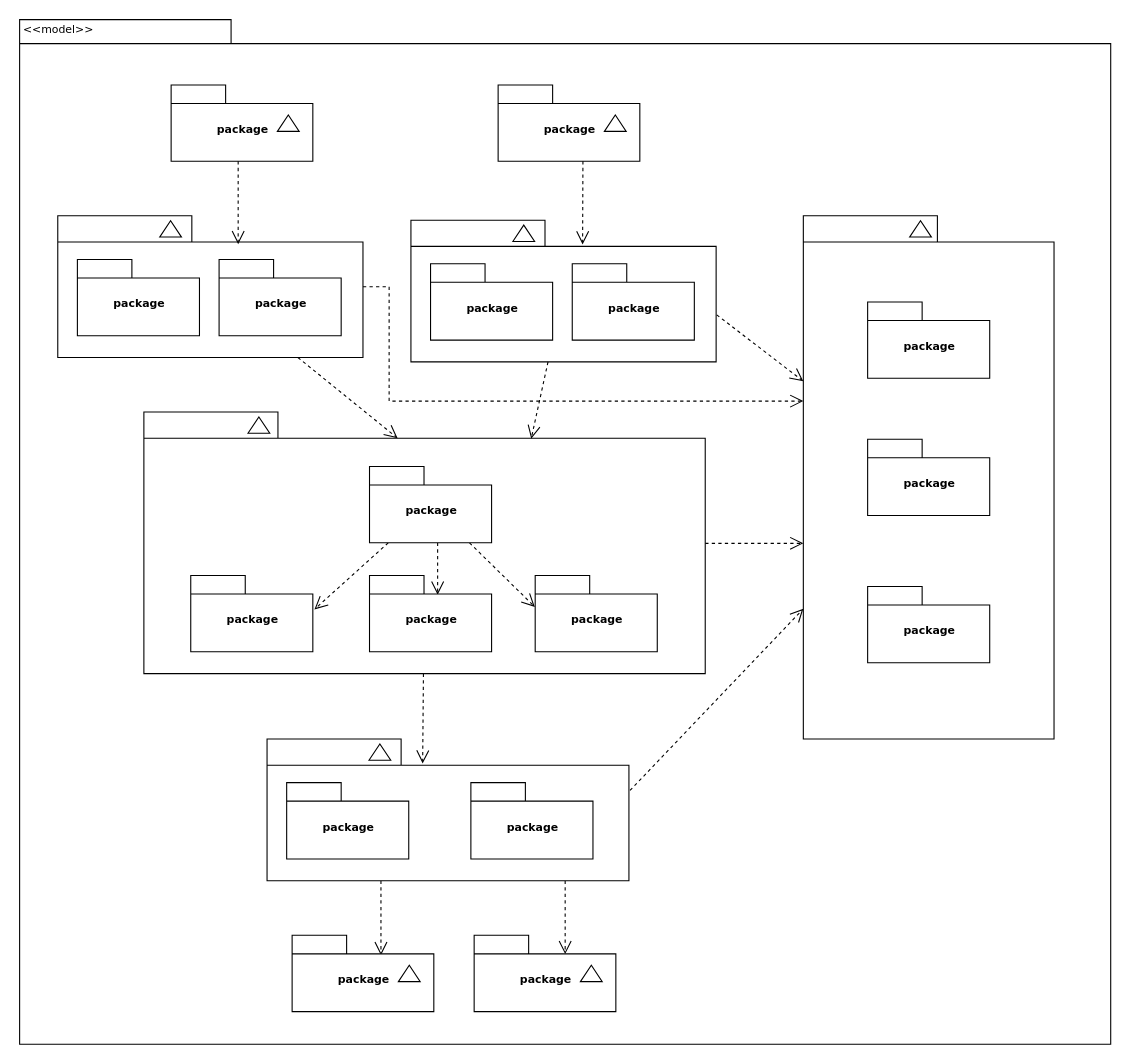
Before: 后端结构图.drawio in beyondgogogo/Graph, a draw.io diagram. Source tidied: cells renumbered, new cells numbered last; positions are measured from the earlier drawing's top-left corner, leaving out a move shared by most shapes. Both pictures are drawn from the tidied source at 109%, with x=0, y=0 at pixel (19, 19).
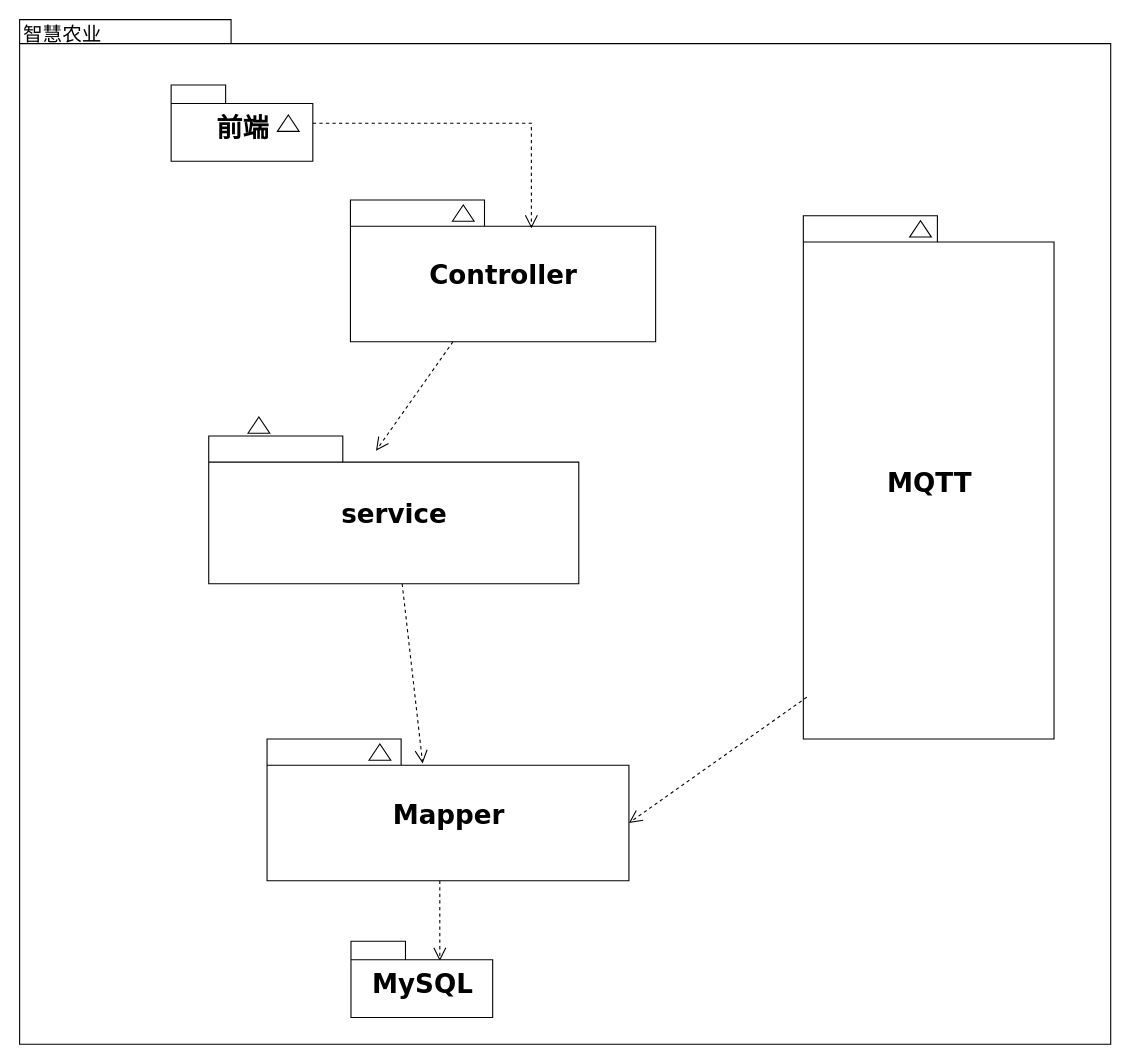
The same diagram, later.

Commit message:
更新后端结构图.drawio

The change refers to these unchanged cells:
```xml
<mxCell id="3" style="group;" parent="1" vertex="1">
  <mxGeometry x="139.5" y="60.5" width="130" height="70" as="geometry" />
</mxCell>
<mxCell id="20" style="group;" parent="19" vertex="1">
  <mxGeometry width="230" height="480" as="geometry" />
</mxCell>
```

What changed in the source:
```diff
@@
-    <mxCell id="4" value="package" style="shape=folder;fontStyle=1;spacingTop=10;tabWidth=50;tabHeight=17;tabPosition=left;html=1;rounded=0;shadow=0;comic=0;labelBackgroundColor=none;strokeWidth=1;fontFamily=Verdana;fontSize=10;align=center;" parent="3" vertex="1">
+    <mxCell id="4" value="&lt;font style=&quot;font-size: 24px;&quot;&gt;前端&lt;/font&gt;" style="shape=folder;fontStyle=1;spacingTop=10;tabWidth=50;tabHeight=17;tabPosition=left;html=1;rounded=0;shadow=0;comic=0;labelBackgroundColor=none;strokeWidth=1;fontFamily=Verdana;fontSize=10;align=center;" parent="3" vertex="1">
       <mxGeometry width="130" height="70" as="geometry" />
     </mxCell>
@@
-    <mxCell id="6" style="group;" parent="1" vertex="1">
-      <mxGeometry x="439.5" y="60.5" width="130" height="70" as="geometry" />
-    </mxCell>
-    <mxCell id="7" value="package" style="shape=folder;fontStyle=1;spacingTop=10;tabWidth=50;tabHeight=17;tabPosition=left;html=1;rounded=0;shadow=0;comic=0;labelBackgroundColor=none;strokeWidth=1;fontFamily=Verdana;fontSize=10;align=center;" parent="6" vertex="1">
-      <mxGeometry width="130" height="70" as="geometry" />
-    </mxCell>
-    <mxCell id="8" style="triangle;whiteSpace=wrap;html=1;rounded=0;shadow=0;comic=0;labelBackgroundColor=none;strokeWidth=1;fontFamily=Verdana;fontSize=10;align=center;rotation=-90;" parent="6" vertex="1">
-      <mxGeometry x="100" y="25" width="15" height="20" as="geometry" />
-    </mxCell>
     <mxCell id="9" style="group;" parent="1" vertex="1">
-      <mxGeometry x="35.5" y="180.5" width="280" height="130" as="geometry" />
+      <mxGeometry x="304" y="166" width="280" height="130" as="geometry" />
     </mxCell>
-    <mxCell id="10" style="shape=folder;fontStyle=1;spacingTop=10;tabWidth=123;tabHeight=24;tabPosition=left;html=1;rounded=0;shadow=0;comic=0;labelBackgroundColor=none;strokeWidth=1;fontFamily=Verdana;fontSize=10;align=center;" parent="9" vertex="1">
+    <mxCell id="10" value="&lt;font style=&quot;font-size: 24px;&quot;&gt;Controller&lt;/font&gt;" style="shape=folder;fontStyle=1;spacingTop=10;tabWidth=123;tabHeight=24;tabPosition=left;html=1;rounded=0;shadow=0;comic=0;labelBackgroundColor=none;strokeWidth=1;fontFamily=Verdana;fontSize=10;align=center;" parent="9" vertex="1">
       <mxGeometry width="280" height="130" as="geometry" />
     </mxCell>
@@
-    <mxCell id="12" value="package" style="shape=folder;fontStyle=1;spacingTop=10;tabWidth=50;tabHeight=17;tabPosition=left;html=1;rounded=0;shadow=0;comic=0;labelBackgroundColor=none;strokeWidth=1;fontFamily=Verdana;fontSize=10;align=center;" parent="9" vertex="1">
-      <mxGeometry x="18" y="40" width="112" height="70" as="geometry" />
-    </mxCell>
-    <mxCell id="13" value="package" style="shape=folder;fontStyle=1;spacingTop=10;tabWidth=50;tabHeight=17;tabPosition=left;html=1;rounded=0;shadow=0;comic=0;labelBackgroundColor=none;strokeWidth=1;fontFamily=Verdana;fontSize=10;align=center;" parent="9" vertex="1">
-      <mxGeometry x="148" y="40" width="112" height="70" as="geometry" />
-    </mxCell>
-    <mxCell id="14" style="group;" parent="1" vertex="1">
-      <mxGeometry x="359.5" y="184.5" width="280" height="130" as="geometry" />
-    </mxCell>
-    <mxCell id="15" style="shape=folder;fontStyle=1;spacingTop=10;tabWidth=123;tabHeight=24;tabPosition=left;html=1;rounded=0;shadow=0;comic=0;labelBackgroundColor=none;strokeWidth=1;fontFamily=Verdana;fontSize=10;align=center;" parent="14" vertex="1">
-      <mxGeometry width="280" height="130" as="geometry" />
-    </mxCell>
-    <mxCell id="16" style="triangle;whiteSpace=wrap;html=1;rounded=0;shadow=0;comic=0;labelBackgroundColor=none;strokeWidth=1;fontFamily=Verdana;fontSize=10;align=center;rotation=-90;" parent="14" vertex="1">
-      <mxGeometry x="96" y="2" width="15" height="20" as="geometry" />
-    </mxCell>
-    <mxCell id="17" value="package" style="shape=folder;fontStyle=1;spacingTop=10;tabWidth=50;tabHeight=17;tabPosition=left;html=1;rounded=0;shadow=0;comic=0;labelBackgroundColor=none;strokeWidth=1;fontFamily=Verdana;fontSize=10;align=center;" parent="14" vertex="1">
-      <mxGeometry x="18" y="40" width="112" height="70" as="geometry" />
-    </mxCell>
-    <mxCell id="18" value="package" style="shape=folder;fontStyle=1;spacingTop=10;tabWidth=50;tabHeight=17;tabPosition=left;html=1;rounded=0;shadow=0;comic=0;labelBackgroundColor=none;strokeWidth=1;fontFamily=Verdana;fontSize=10;align=center;" parent="14" vertex="1">
-      <mxGeometry x="148" y="40" width="112" height="70" as="geometry" />
-    </mxCell>
@@
-    <mxCell id="21" style="shape=folder;fontStyle=1;spacingTop=10;tabWidth=123;tabHeight=24;tabPosition=left;html=1;rounded=0;shadow=0;comic=0;labelBackgroundColor=none;strokeWidth=1;fontFamily=Verdana;fontSize=10;align=center;" parent="20" vertex="1">
+    <mxCell id="21" value="&lt;font style=&quot;font-size: 24px;&quot;&gt;MQTT&lt;/font&gt;" style="shape=folder;fontStyle=1;spacingTop=10;tabWidth=123;tabHeight=24;tabPosition=left;html=1;rounded=0;shadow=0;comic=0;labelBackgroundColor=none;strokeWidth=1;fontFamily=Verdana;fontSize=10;align=center;" parent="20" vertex="1">
       <mxGeometry width="230" height="480" as="geometry" />
     </mxCell>
@@
-    <mxCell id="23" value="package" style="shape=folder;fontStyle=1;spacingTop=10;tabWidth=50;tabHeight=17;tabPosition=left;html=1;rounded=0;shadow=0;comic=0;labelBackgroundColor=none;strokeWidth=1;fontFamily=Verdana;fontSize=10;align=center;" parent="20" vertex="1">
-      <mxGeometry x="59" y="79" width="112" height="70" as="geometry" />
-    </mxCell>
-    <mxCell id="24" value="package" style="shape=folder;fontStyle=1;spacingTop=10;tabWidth=50;tabHeight=17;tabPosition=left;html=1;rounded=0;shadow=0;comic=0;labelBackgroundColor=none;strokeWidth=1;fontFamily=Verdana;fontSize=10;align=center;" parent="20" vertex="1">
-      <mxGeometry x="59" y="205" width="112" height="70" as="geometry" />
-    </mxCell>
-    <mxCell id="25" value="package" style="shape=folder;fontStyle=1;spacingTop=10;tabWidth=50;tabHeight=17;tabPosition=left;html=1;rounded=0;shadow=0;comic=0;labelBackgroundColor=none;strokeWidth=1;fontFamily=Verdana;fontSize=10;align=center;" parent="20" vertex="1">
-      <mxGeometry x="59" y="340" width="112" height="70" as="geometry" />
-    </mxCell>
@@
-    <mxCell id="27" style="edgeStyle=elbowEdgeStyle;rounded=0;html=1;dashed=1;labelBackgroundColor=none;startFill=0;endArrow=open;endFill=0;endSize=10;fontFamily=Verdana;fontSize=10;elbow=vertical;" parent="1" edge="1" source="28" target="21">
-      <mxGeometry relative="1" as="geometry" />
-    </mxCell>
-    <mxCell id="28" style="shape=folder;fontStyle=1;spacingTop=10;tabWidth=123;tabHeight=24;tabPosition=left;html=1;rounded=0;shadow=0;comic=0;labelBackgroundColor=none;strokeColor=#000000;strokeWidth=1;fillColor=#ffffff;fontFamily=Verdana;fontSize=10;fontColor=#000000;align=center;" parent="1" vertex="1">
-      <mxGeometry x="114.5" y="360.5" width="515" height="240" as="geometry" />
+    <mxCell id="28" value="&lt;font style=&quot;font-size: 24px;&quot;&gt;service&lt;/font&gt;" style="shape=folder;fontStyle=1;spacingTop=10;tabWidth=123;tabHeight=24;tabPosition=left;html=1;rounded=0;shadow=0;comic=0;labelBackgroundColor=none;strokeColor=#000000;strokeWidth=1;fillColor=#ffffff;fontFamily=Verdana;fontSize=10;fontColor=#000000;align=center;" parent="1" vertex="1">
+      <mxGeometry x="174" y="382.5" width="339.5" height="135.5" as="geometry" />
     </mxCell>
-    <mxCell id="29" style="edgeStyle=elbowEdgeStyle;rounded=0;html=1;entryX=0.559;entryY=0.251;entryPerimeter=0;dashed=1;labelBackgroundColor=none;startFill=0;endArrow=open;endFill=0;endSize=10;fontFamily=Verdana;fontSize=10;" parent="1" edge="1" source="32" target="34">
-      <mxGeometry relative="1" as="geometry" />
-    </mxCell>
-    <mxCell id="30" style="edgeStyle=none;rounded=0;html=1;dashed=1;labelBackgroundColor=none;startFill=0;endArrow=open;endFill=0;endSize=10;fontFamily=Verdana;fontSize=10;entryX=-0.003;entryY=0.411;entryPerimeter=0;" parent="1" edge="1" source="32" target="35">
-      <mxGeometry relative="1" as="geometry" />
-    </mxCell>
-    <mxCell id="31" style="edgeStyle=none;rounded=0;html=1;dashed=1;labelBackgroundColor=none;startFill=0;endArrow=open;endFill=0;endSize=10;fontFamily=Verdana;fontSize=10;entryX=1.013;entryY=0.444;entryPerimeter=0;" parent="1" edge="1" source="32" target="33">
-      <mxGeometry relative="1" as="geometry" />
-    </mxCell>
-    <mxCell id="32" value="package" style="shape=folder;fontStyle=1;spacingTop=10;tabWidth=50;tabHeight=17;tabPosition=left;html=1;rounded=0;shadow=0;comic=0;labelBackgroundColor=none;strokeColor=#000000;strokeWidth=1;fillColor=#ffffff;fontFamily=Verdana;fontSize=10;fontColor=#000000;align=center;" parent="1" vertex="1">
-      <mxGeometry x="321.5" y="410.5" width="112" height="70" as="geometry" />
-    </mxCell>
-    <mxCell id="33" value="package" style="shape=folder;fontStyle=1;spacingTop=10;tabWidth=50;tabHeight=17;tabPosition=left;html=1;rounded=0;shadow=0;comic=0;labelBackgroundColor=none;strokeColor=#000000;strokeWidth=1;fillColor=#ffffff;fontFamily=Verdana;fontSize=10;fontColor=#000000;align=center;" parent="1" vertex="1">
-      <mxGeometry x="157.5" y="510.5" width="112" height="70" as="geometry" />
-    </mxCell>
-    <mxCell id="34" value="package" style="shape=folder;fontStyle=1;spacingTop=10;tabWidth=50;tabHeight=17;tabPosition=left;html=1;rounded=0;shadow=0;comic=0;labelBackgroundColor=none;strokeColor=#000000;strokeWidth=1;fillColor=#ffffff;fontFamily=Verdana;fontSize=10;fontColor=#000000;align=center;" parent="1" vertex="1">
-      <mxGeometry x="321.5" y="510.5" width="112" height="70" as="geometry" />
-    </mxCell>
-    <mxCell id="35" value="package" style="shape=folder;fontStyle=1;spacingTop=10;tabWidth=50;tabHeight=17;tabPosition=left;html=1;rounded=0;shadow=0;comic=0;labelBackgroundColor=none;strokeColor=#000000;strokeWidth=1;fillColor=#ffffff;fontFamily=Verdana;fontSize=10;fontColor=#000000;align=center;" parent="1" vertex="1">
-      <mxGeometry x="473.5" y="510.5" width="112" height="70" as="geometry" />
-    </mxCell>
@@
-    <mxCell id="37" style="edgeStyle=elbowEdgeStyle;rounded=0;html=1;entryX=0.643;entryY=0.246;entryPerimeter=0;dashed=1;labelBackgroundColor=none;startFill=0;endArrow=open;endFill=0;endSize=10;fontFamily=Verdana;fontSize=10;" parent="1" edge="1" source="39" target="48">
-      <mxGeometry relative="1" as="geometry" />
-    </mxCell>
-    <mxCell id="38" style="edgeStyle=none;rounded=0;html=1;dashed=1;labelBackgroundColor=none;startFill=0;endArrow=open;endFill=0;endSize=10;fontFamily=Verdana;fontSize=10;exitX=1.003;exitY=0.363;exitPerimeter=0;" parent="1" edge="1" source="39" target="21">
-      <mxGeometry relative="1" as="geometry" />
-    </mxCell>
-    <mxCell id="39" style="shape=folder;fontStyle=1;spacingTop=10;tabWidth=123;tabHeight=24;tabPosition=left;html=1;rounded=0;shadow=0;comic=0;labelBackgroundColor=none;strokeWidth=1;fontFamily=Verdana;fontSize=10;align=center;" parent="1" vertex="1">
+    <mxCell id="39" value="&lt;font style=&quot;font-size: 24px;&quot;&gt;Mapper&lt;/font&gt;" style="shape=folder;fontStyle=1;spacingTop=10;tabWidth=123;tabHeight=24;tabPosition=left;html=1;rounded=0;shadow=0;comic=0;labelBackgroundColor=none;strokeWidth=1;fontFamily=Verdana;fontSize=10;align=center;" parent="1" vertex="1">
       <mxGeometry x="227.5" y="660.5" width="332" height="130" as="geometry" />
     </mxCell>
@@
-    <mxCell id="41" value="package" style="shape=folder;fontStyle=1;spacingTop=10;tabWidth=50;tabHeight=17;tabPosition=left;html=1;rounded=0;shadow=0;comic=0;labelBackgroundColor=none;strokeWidth=1;fontFamily=Verdana;fontSize=10;align=center;" parent="1" vertex="1">
-      <mxGeometry x="245.5" y="700.5" width="112" height="70" as="geometry" />
-    </mxCell>
-    <mxCell id="42" value="package" style="shape=folder;fontStyle=1;spacingTop=10;tabWidth=50;tabHeight=17;tabPosition=left;html=1;rounded=0;shadow=0;comic=0;labelBackgroundColor=none;strokeWidth=1;fontFamily=Verdana;fontSize=10;align=center;" parent="1" vertex="1">
-      <mxGeometry x="414.5" y="700.5" width="112" height="70" as="geometry" />
-    </mxCell>
@@
     <mxCell id="44" style="group;" parent="1" vertex="1">
-      <mxGeometry x="250.5" y="840.6" width="130" height="70" as="geometry" />
+      <mxGeometry x="364" y="846" width="130" height="70" as="geometry" />
     </mxCell>
-    <mxCell id="45" value="package" style="shape=folder;fontStyle=1;spacingTop=10;tabWidth=50;tabHeight=17;tabPosition=left;html=1;rounded=0;shadow=0;comic=0;labelBackgroundColor=none;strokeWidth=1;fontFamily=Verdana;fontSize=10;align=center;" parent="44" vertex="1">
-      <mxGeometry width="130" height="70" as="geometry" />
+    <mxCell id="45" value="&lt;font style=&quot;font-size: 24px;&quot;&gt;MySQL&lt;/font&gt;" style="shape=folder;fontStyle=1;spacingTop=10;tabWidth=50;tabHeight=17;tabPosition=left;html=1;rounded=0;shadow=0;comic=0;labelBackgroundColor=none;strokeWidth=1;fontFamily=Verdana;fontSize=10;align=center;" parent="44" vertex="1">
+      <mxGeometry x="-59.5" width="130" height="70" as="geometry" />
     </mxCell>
-    <mxCell id="46" style="triangle;whiteSpace=wrap;html=1;rounded=0;shadow=0;comic=0;labelBackgroundColor=none;strokeWidth=1;fontFamily=Verdana;fontSize=10;align=center;rotation=-90;" parent="44" vertex="1">
-      <mxGeometry x="100" y="25" width="15" height="20" as="geometry" />
-    </mxCell>
-    <mxCell id="47" style="group;" parent="1" vertex="1">
-      <mxGeometry x="417.5" y="840.6" width="130" height="70" as="geometry" />
-    </mxCell>
-    <mxCell id="48" value="package" style="shape=folder;fontStyle=1;spacingTop=10;tabWidth=50;tabHeight=17;tabPosition=left;html=1;rounded=0;shadow=0;comic=0;labelBackgroundColor=none;strokeWidth=1;fontFamily=Verdana;fontSize=10;align=center;" parent="47" vertex="1">
-      <mxGeometry width="130" height="70" as="geometry" />
-    </mxCell>
-    <mxCell id="49" style="triangle;whiteSpace=wrap;html=1;rounded=0;shadow=0;comic=0;labelBackgroundColor=none;strokeWidth=1;fontFamily=Verdana;fontSize=10;align=center;rotation=-90;" parent="47" vertex="1">
-      <mxGeometry x="100" y="25" width="15" height="20" as="geometry" />
-    </mxCell>
     <mxCell id="50" style="rounded=0;html=1;dashed=1;labelBackgroundColor=none;startFill=0;endArrow=open;endFill=0;endSize=10;fontFamily=Verdana;fontSize=10;entryX=0.592;entryY=0.2;entryPerimeter=0;edgeStyle=elbowEdgeStyle;" parent="1" edge="1" source="4" target="10">
-      <mxGeometry relative="1" as="geometry" />
+      <mxGeometry relative="1" as="geometry">
+        <Array as="points">
+          <mxPoint x="470" y="136" />
+        </Array>
+      </mxGeometry>
     </mxCell>
-    <mxCell id="51" style="rounded=0;html=1;dashed=1;labelBackgroundColor=none;startFill=0;endArrow=open;endFill=0;endSize=10;fontFamily=Verdana;fontSize=10;entryX=0.592;entryY=0.2;entryPerimeter=0;edgeStyle=elbowEdgeStyle;" parent="1" edge="1">
-      <mxGeometry relative="1" as="geometry">
-        <mxPoint x="517.3" y="130.5" as="sourcePoint" />
-        <mxPoint x="517.3" y="206.8" as="targetPoint" />
-      </mxGeometry>
-    </mxCell>
@@
-    <mxCell id="53" style="edgeStyle=none;rounded=0;html=1;entryX=0.69;entryY=0.102;entryPerimeter=0;dashed=1;labelBackgroundColor=none;startFill=0;endArrow=open;endFill=0;endSize=10;fontFamily=Verdana;fontSize=10;" parent="1" edge="1" source="15" target="28">
-      <mxGeometry relative="1" as="geometry" />
-    </mxCell>
-    <mxCell id="54" style="edgeStyle=none;rounded=0;html=1;dashed=1;labelBackgroundColor=none;startFill=0;endArrow=open;endFill=0;endSize=10;fontFamily=Verdana;fontSize=10;exitX=1.002;exitY=0.668;exitPerimeter=0;" parent="1" edge="1" source="15" target="21">
-      <mxGeometry relative="1" as="geometry" />
-    </mxCell>
-    <mxCell id="55" style="edgeStyle=orthogonalEdgeStyle;rounded=0;html=1;dashed=1;labelBackgroundColor=none;startFill=0;endArrow=open;endFill=0;endSize=10;fontFamily=Verdana;fontSize=10;" parent="1" edge="1" source="10" target="21">
-      <mxGeometry relative="1" as="geometry">
-        <Array as="points">
-          <mxPoint x="339.5" y="245.5" />
-          <mxPoint x="339.5" y="350.5" />
-        </Array>
-      </mxGeometry>
-    </mxCell>
-    <mxCell id="56" value="&amp;lt;&amp;lt;model&amp;gt;&amp;gt;" style="text;html=1;align=left;verticalAlign=top;spacingTop=-4;fontSize=10;fontFamily=Verdana;" parent="1" vertex="1">
+    <mxCell id="56" value="&lt;font style=&quot;font-size: 18px;&quot;&gt;智慧农业&lt;/font&gt;" style="text;html=1;align=left;verticalAlign=top;spacingTop=-4;fontSize=10;fontFamily=Verdana;" parent="1" vertex="1">
       <mxGeometry x="1.5" y="0.5" width="130" height="20" as="geometry" />
     </mxCell>
+    <mxCell id="38" style="edgeStyle=none;rounded=0;html=1;dashed=1;labelBackgroundColor=none;startFill=0;endArrow=open;endFill=0;endSize=10;fontFamily=Verdana;fontSize=10;exitX=0.014;exitY=0.92;exitPerimeter=0;exitDx=0;exitDy=0;entryX=0;entryY=0;entryDx=332;entryDy=77;entryPerimeter=0;" parent="1" edge="1" source="21" target="39">
+      <mxGeometry relative="1" as="geometry" />
+    </mxCell>
```
